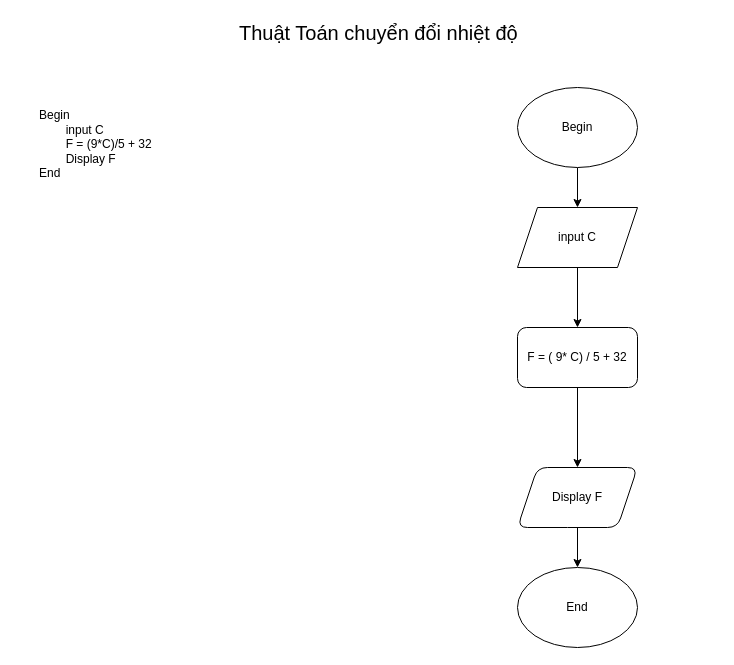
The draw.io diagram page "Convert temp" (1 of 3) of ss3_Hello_world/module1_ss3.drawio in Trongtangoc/CGDN-C0824M1-Ta-Ngoc-Trong, before the edit. Source tidied: cells renumbered, new cells numbered last; positions are measured from the earlier drawing's top-left corner, leaving out a move shared by most shapes. Both pictures are drawn from the tidied source at 100%, with x=0, y=0 at pixel (37, 17).
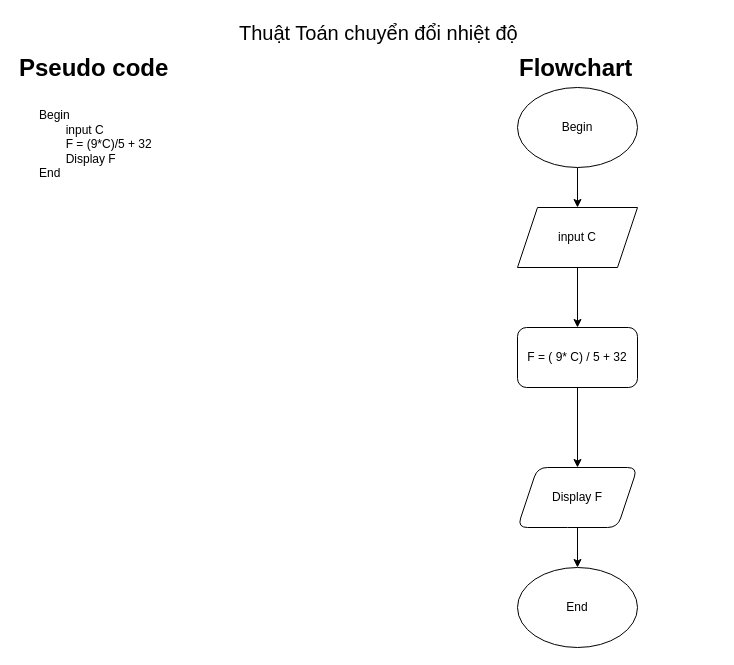
The same diagram, later.

What changed in the source:
```diff
@@
 <mxGraphModel>
   <root>
     <mxCell id="0" />
     <mxCell id="1" parent="0" />
     <mxCell id="2" value="&lt;div&gt;&lt;br&gt;&lt;/div&gt;Begin&lt;div&gt;&lt;span style=&quot;white-space: pre;&quot;&gt;&#9;&lt;/span&gt;&lt;span style=&quot;background-color: initial;&quot;&gt;input C&lt;/span&gt;&lt;div&gt;&lt;span style=&quot;background-color: initial;&quot;&gt;&lt;span style=&quot;white-space: pre;&quot;&gt;&#9;&lt;/span&gt;F = (9*C)/5 + 32&lt;/span&gt;&lt;/div&gt;&lt;div&gt;&lt;span style=&quot;background-color: initial;&quot;&gt;&lt;span style=&quot;white-space: pre;&quot;&gt;&#9;&lt;/span&gt;Display F&lt;/span&gt;&lt;span style=&quot;background-color: initial;&quot;&gt;&amp;nbsp;&lt;/span&gt;&lt;/div&gt;&lt;div&gt;&lt;span style=&quot;background-color: initial;&quot;&gt;End&lt;/span&gt;&lt;br&gt;&lt;/div&gt;&lt;div&gt;&lt;br&gt;&lt;blockquote style=&quot;margin: 0 0 0 40px; border: none; padding: 0px;&quot;&gt;&lt;div&gt;&lt;br&gt;&lt;/div&gt;&lt;div&gt;&lt;span style=&quot;background-color: initial;&quot;&gt;&lt;br&gt;&lt;/span&gt;&lt;/div&gt;&lt;/blockquote&gt;&lt;/div&gt;&lt;/div&gt;" style="text;html=1;align=left;verticalAlign=top;whiteSpace=wrap;rounded=0;horizontal=1;" parent="1" vertex="1">
       <mxGeometry y="70" width="160" height="160" as="geometry" />
     </mxCell>
     <mxCell id="3" value="&lt;font style=&quot;font-size: 20px;&quot;&gt;Thuật Toán chuyển đổi nhiệt độ&lt;/font&gt;" style="text;html=1;align=left;verticalAlign=middle;whiteSpace=wrap;rounded=0;" parent="1" vertex="1">
       <mxGeometry x="200" width="320" height="30" as="geometry" />
     </mxCell>
     <mxCell id="4" style="edgeStyle=orthogonalEdgeStyle;rounded=0;jettySize=auto;html=1;" parent="1" edge="1" source="5" target="7">
       <mxGeometry relative="1" as="geometry" />
     </mxCell>
     <mxCell id="5" value="Begin" style="ellipse;whiteSpace=wrap;html=1;" parent="1" vertex="1">
       <mxGeometry x="480" y="70" width="120" height="80" as="geometry" />
     </mxCell>
     <mxCell id="6" style="edgeStyle=orthogonalEdgeStyle;rounded=0;jettySize=auto;html=1;" parent="1" edge="1" source="7" target="9">
       <mxGeometry relative="1" as="geometry" />
     </mxCell>
     <mxCell id="7" value="input C" style="shape=parallelogram;perimeter=parallelogramPerimeter;whiteSpace=wrap;html=1;fixedSize=1;" parent="1" vertex="1">
       <mxGeometry x="480" y="190" width="120" height="60" as="geometry" />
     </mxCell>
     <mxCell id="8" style="edgeStyle=orthogonalEdgeStyle;rounded=0;jettySize=auto;html=1;" parent="1" edge="1" source="9" target="11">
       <mxGeometry relative="1" as="geometry" />
     </mxCell>
     <mxCell id="9" value="F = ( 9* C) / 5 + 32" style="rounded=1;whiteSpace=wrap;html=1;" parent="1" vertex="1">
       <mxGeometry x="480" y="310" width="120" height="60" as="geometry" />
     </mxCell>
     <mxCell id="10" style="edgeStyle=orthogonalEdgeStyle;rounded=0;jettySize=auto;html=1;exitX=0.5;exitY=1;exitDx=0;exitDy=0;entryX=0.5;entryY=0;entryDx=0;entryDy=0;" parent="1" edge="1" source="11" target="12">
       <mxGeometry relative="1" as="geometry" />
     </mxCell>
     <mxCell id="11" value="Display F" style="shape=parallelogram;perimeter=parallelogramPerimeter;whiteSpace=wrap;html=1;fixedSize=1;rounded=1;" parent="1" vertex="1">
       <mxGeometry x="480" y="450" width="120" height="60" as="geometry" />
     </mxCell>
     <mxCell id="12" value="End" style="ellipse;whiteSpace=wrap;html=1;" parent="1" vertex="1">
       <mxGeometry x="480" y="550" width="120" height="80" as="geometry" />
     </mxCell>
+    <mxCell id="13" value="&lt;h1 style=&quot;margin-top: 0px;&quot;&gt;Flowchart&lt;/h1&gt;" style="text;html=1;whiteSpace=wrap;overflow=hidden;rounded=0;" parent="1" vertex="1">
+      <mxGeometry x="480" y="30" width="200" height="40" as="geometry" />
+    </mxCell>
+    <mxCell id="14" value="&lt;h1 style=&quot;margin-top: 0px;&quot;&gt;Pseudo code&lt;/h1&gt;" style="text;html=1;whiteSpace=wrap;overflow=hidden;rounded=0;" parent="1" vertex="1">
+      <mxGeometry x="-20" y="30" width="200" height="40" as="geometry" />
+    </mxCell>
   </root>
 </mxGraphModel>
```
